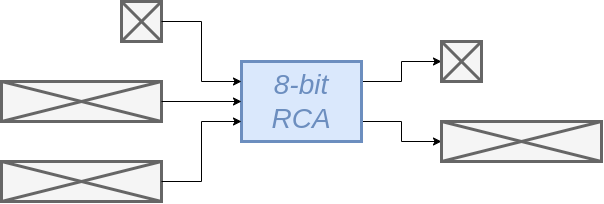
Earlier version of the draw.io export static/images/800/8_bit.png (KULeuven-Diepenbeek/course_disch). Source tidied: cells renumbered, new cells last; positions are measured from the earlier drawing's top-left corner, leaving out a move shared by most shapes. The source it was exported from:
```xml
<mxGraphModel>
  <root>
    <mxCell id="0" />
    <mxCell id="1" parent="0" />
    <mxCell id="2" style="edgeStyle=orthogonalEdgeStyle;rounded=0;jettySize=auto;html=1;entryX=0;entryY=0.5;entryDx=0;entryDy=0;exitX=1;exitY=0.25;exitDx=0;exitDy=0;" parent="1" edge="1" source="4" target="10">
      <mxGeometry relative="1" as="geometry" />
    </mxCell>
    <mxCell id="3" style="edgeStyle=orthogonalEdgeStyle;rounded=0;jettySize=auto;html=1;entryX=0;entryY=0.5;entryDx=0;entryDy=0;exitX=1;exitY=0.75;exitDx=0;exitDy=0;" parent="1" edge="1" source="4" target="22">
      <mxGeometry relative="1" as="geometry" />
    </mxCell>
    <mxCell id="4" value="&lt;div style=&quot;font-size: 28px;&quot;&gt;&lt;font color=&quot;#6c8ebf&quot; style=&quot;font-size: 28px;&quot;&gt;8-bit&lt;/font&gt;&lt;/div&gt;&lt;div style=&quot;font-size: 28px;&quot;&gt;&lt;font style=&quot;font-size: 28px;&quot;&gt;&lt;font color=&quot;#6c8ebf&quot; style=&quot;font-size: 28px;&quot;&gt;RCA&lt;/font&gt;&lt;/font&gt;&lt;font style=&quot;font-size: 28px;&quot; color=&quot;#82b366&quot;&gt;&lt;br&gt;&lt;/font&gt;&lt;/div&gt;" style="rounded=0;whiteSpace=wrap;html=1;fillColor=#dae8fc;strokeColor=#6c8ebf;strokeWidth=3;fontStyle=2;" parent="1" vertex="1">
      <mxGeometry x="240" y="60" width="120" height="80" as="geometry" />
    </mxCell>
    <mxCell id="5" style="group;" parent="1" vertex="1">
      <mxGeometry x="120" width="40" height="40" as="geometry" />
    </mxCell>
    <mxCell id="6" style="rounded=0;whiteSpace=wrap;html=1;fillColor=#f5f5f5;fontColor=#333333;strokeColor=#666666;strokeWidth=3;" parent="5" vertex="1">
      <mxGeometry width="40" height="40" as="geometry" />
    </mxCell>
    <mxCell id="7" style="endArrow=none;html=1;rounded=0;fillColor=#f5f5f5;strokeColor=#666666;strokeWidth=3;exitX=0;exitY=1;exitDx=0;exitDy=0;entryX=1;entryY=0;entryDx=0;entryDy=0;" parent="5" edge="1" source="6" target="6">
      <mxGeometry relative="1" as="geometry" />
    </mxCell>
    <mxCell id="8" style="endArrow=none;html=1;rounded=0;fillColor=#f5f5f5;strokeColor=#666666;strokeWidth=3;exitX=0;exitY=0;exitDx=0;exitDy=0;entryX=1;entryY=1;entryDx=0;entryDy=0;" parent="5" edge="1" source="6" target="6">
      <mxGeometry relative="1" as="geometry" />
    </mxCell>
    <mxCell id="9" style="group;" parent="1" vertex="1">
      <mxGeometry x="440" y="40" width="40" height="40" as="geometry" />
    </mxCell>
    <mxCell id="10" style="rounded=0;whiteSpace=wrap;html=1;fillColor=#f5f5f5;fontColor=#333333;strokeColor=#666666;strokeWidth=3;" parent="9" vertex="1">
      <mxGeometry width="40" height="40" as="geometry" />
    </mxCell>
    <mxCell id="11" style="endArrow=none;html=1;rounded=0;fillColor=#f5f5f5;strokeColor=#666666;strokeWidth=3;exitX=0;exitY=1;exitDx=0;exitDy=0;entryX=1;entryY=0;entryDx=0;entryDy=0;" parent="9" edge="1" source="10" target="10">
      <mxGeometry relative="1" as="geometry" />
    </mxCell>
    <mxCell id="12" style="endArrow=none;html=1;rounded=0;fillColor=#f5f5f5;strokeColor=#666666;strokeWidth=3;exitX=0;exitY=0;exitDx=0;exitDy=0;entryX=1;entryY=1;entryDx=0;entryDy=0;" parent="9" edge="1" source="10" target="10">
      <mxGeometry relative="1" as="geometry" />
    </mxCell>
    <mxCell id="13" style="group;" parent="1" vertex="1">
      <mxGeometry y="80" width="160" height="40" as="geometry" />
    </mxCell>
    <mxCell id="14" style="rounded=0;whiteSpace=wrap;html=1;fillColor=#f5f5f5;fontColor=#333333;strokeColor=#666666;strokeWidth=3;" parent="13" vertex="1">
      <mxGeometry width="160" height="40" as="geometry" />
    </mxCell>
    <mxCell id="15" style="endArrow=none;html=1;rounded=0;fillColor=#f5f5f5;strokeColor=#666666;strokeWidth=3;exitX=0;exitY=1;exitDx=0;exitDy=0;entryX=1;entryY=0;entryDx=0;entryDy=0;" parent="13" edge="1" source="14" target="14">
      <mxGeometry relative="1" as="geometry" />
    </mxCell>
    <mxCell id="16" style="endArrow=none;html=1;rounded=0;fillColor=#f5f5f5;strokeColor=#666666;strokeWidth=3;exitX=0;exitY=0;exitDx=0;exitDy=0;entryX=1;entryY=1;entryDx=0;entryDy=0;" parent="13" edge="1" source="14" target="14">
      <mxGeometry relative="1" as="geometry" />
    </mxCell>
    <mxCell id="17" style="group;" parent="1" vertex="1">
      <mxGeometry y="160" width="160" height="40" as="geometry" />
    </mxCell>
    <mxCell id="18" style="rounded=0;whiteSpace=wrap;html=1;fillColor=#f5f5f5;fontColor=#333333;strokeColor=#666666;strokeWidth=3;" parent="17" vertex="1">
      <mxGeometry width="160" height="40" as="geometry" />
    </mxCell>
    <mxCell id="19" style="endArrow=none;html=1;rounded=0;fillColor=#f5f5f5;strokeColor=#666666;strokeWidth=3;exitX=0;exitY=1;exitDx=0;exitDy=0;entryX=1;entryY=0;entryDx=0;entryDy=0;" parent="17" edge="1" source="18" target="18">
      <mxGeometry relative="1" as="geometry" />
    </mxCell>
    <mxCell id="20" style="endArrow=none;html=1;rounded=0;fillColor=#f5f5f5;strokeColor=#666666;strokeWidth=3;exitX=0;exitY=0;exitDx=0;exitDy=0;entryX=1;entryY=1;entryDx=0;entryDy=0;" parent="17" edge="1" source="18" target="18">
      <mxGeometry relative="1" as="geometry" />
    </mxCell>
    <mxCell id="21" style="group;" parent="1" vertex="1">
      <mxGeometry x="440" y="120" width="160" height="40" as="geometry" />
    </mxCell>
    <mxCell id="22" style="rounded=0;whiteSpace=wrap;html=1;fillColor=#f5f5f5;fontColor=#333333;strokeColor=#666666;strokeWidth=3;" parent="21" vertex="1">
      <mxGeometry width="160" height="40" as="geometry" />
    </mxCell>
    <mxCell id="23" style="endArrow=none;html=1;rounded=0;fillColor=#f5f5f5;strokeColor=#666666;strokeWidth=3;exitX=0;exitY=1;exitDx=0;exitDy=0;entryX=1;entryY=0;entryDx=0;entryDy=0;" parent="21" edge="1" source="22" target="22">
      <mxGeometry relative="1" as="geometry" />
    </mxCell>
    <mxCell id="24" style="endArrow=none;html=1;rounded=0;fillColor=#f5f5f5;strokeColor=#666666;strokeWidth=3;exitX=0;exitY=0;exitDx=0;exitDy=0;entryX=1;entryY=1;entryDx=0;entryDy=0;" parent="21" edge="1" source="22" target="22">
      <mxGeometry relative="1" as="geometry" />
    </mxCell>
    <mxCell id="25" style="edgeStyle=orthogonalEdgeStyle;rounded=0;jettySize=auto;html=1;entryX=0;entryY=0.25;entryDx=0;entryDy=0;" parent="1" edge="1" source="6" target="4">
      <mxGeometry relative="1" as="geometry" />
    </mxCell>
    <mxCell id="26" style="edgeStyle=orthogonalEdgeStyle;rounded=0;jettySize=auto;html=1;entryX=0;entryY=0.5;entryDx=0;entryDy=0;" parent="1" edge="1" source="14" target="4">
      <mxGeometry relative="1" as="geometry" />
    </mxCell>
    <mxCell id="27" style="edgeStyle=orthogonalEdgeStyle;rounded=0;jettySize=auto;html=1;entryX=0;entryY=0.75;entryDx=0;entryDy=0;" parent="1" edge="1" source="18" target="4">
      <mxGeometry relative="1" as="geometry" />
    </mxCell>
  </root>
</mxGraphModel>
```
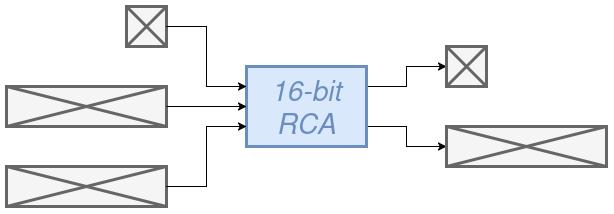
After the change.

The edit, as a diff of the source:
```diff
@@ -8,7 +8,7 @@
     <mxCell id="3" style="edgeStyle=orthogonalEdgeStyle;rounded=0;jettySize=auto;html=1;entryX=0;entryY=0.5;entryDx=0;entryDy=0;exitX=1;exitY=0.75;exitDx=0;exitDy=0;" parent="1" edge="1" source="4" target="22">
       <mxGeometry relative="1" as="geometry" />
     </mxCell>
-    <mxCell id="4" value="&lt;div style=&quot;font-size: 28px;&quot;&gt;&lt;font color=&quot;#6c8ebf&quot; style=&quot;font-size: 28px;&quot;&gt;8-bit&lt;/font&gt;&lt;/div&gt;&lt;div style=&quot;font-size: 28px;&quot;&gt;&lt;font style=&quot;font-size: 28px;&quot;&gt;&lt;font color=&quot;#6c8ebf&quot; style=&quot;font-size: 28px;&quot;&gt;RCA&lt;/font&gt;&lt;/font&gt;&lt;font style=&quot;font-size: 28px;&quot; color=&quot;#82b366&quot;&gt;&lt;br&gt;&lt;/font&gt;&lt;/div&gt;" style="rounded=0;whiteSpace=wrap;html=1;fillColor=#dae8fc;strokeColor=#6c8ebf;strokeWidth=3;fontStyle=2;" parent="1" vertex="1">
+    <mxCell id="4" value="&lt;div style=&quot;font-size: 28px;&quot;&gt;&lt;font color=&quot;#6c8ebf&quot; style=&quot;font-size: 28px;&quot;&gt;16-bit&lt;/font&gt;&lt;/div&gt;&lt;div style=&quot;font-size: 28px;&quot;&gt;&lt;font style=&quot;font-size: 28px;&quot;&gt;&lt;font color=&quot;#6c8ebf&quot; style=&quot;font-size: 28px;&quot;&gt;RCA&lt;/font&gt;&lt;/font&gt;&lt;font style=&quot;font-size: 28px;&quot; color=&quot;#82b366&quot;&gt;&lt;br&gt;&lt;/font&gt;&lt;/div&gt;" style="rounded=0;whiteSpace=wrap;html=1;fillColor=#dae8fc;strokeColor=#6c8ebf;strokeWidth=3;fontStyle=2;" parent="1" vertex="1">
       <mxGeometry x="240" y="60" width="120" height="80" as="geometry" />
     </mxCell>
     <mxCell id="5" style="group;" parent="1" vertex="1">
```
